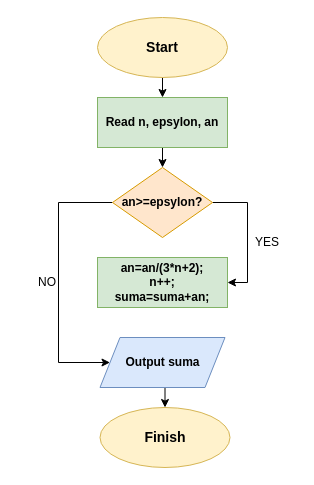
Earlier version of the draw.io diagram vnslab2.drawio (SofiaPasichko/sofiaa). Source tidied: cells renumbered, new cells numbered last; positions are measured from the earlier drawing's top-left corner, leaving out a move shared by most shapes. Both pictures are drawn from the tidied source at 100%, with x=0, y=0 at pixel (17, 17).
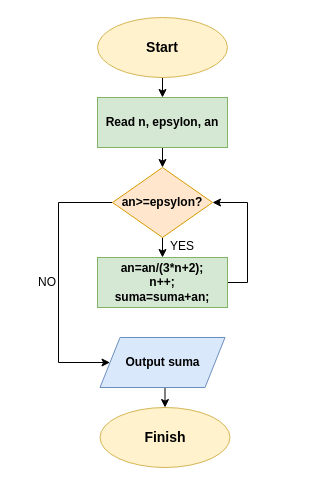
The same diagram, later.

Diff of the diagram source:
```diff
@@
 <mxGraphModel>
   <root>
     <mxCell id="0" />
     <mxCell id="1" parent="0" />
     <mxCell id="2" style="edgeStyle=orthogonalEdgeStyle;rounded=0;jettySize=auto;html=1;exitX=0.5;exitY=1;exitDx=0;exitDy=0;entryX=0.5;entryY=0;entryDx=0;entryDy=0;" parent="1" edge="1" source="3" target="5">
       <mxGeometry relative="1" as="geometry" />
     </mxCell>
     <mxCell id="3" value="&lt;b&gt;&lt;font style=&quot;font-size: 14px;&quot;&gt;Start&lt;/font&gt;&lt;/b&gt;" style="ellipse;whiteSpace=wrap;html=1;fillColor=#fff2cc;strokeColor=#d6b656;" parent="1" vertex="1">
       <mxGeometry x="80" width="130" height="60" as="geometry" />
     </mxCell>
     <mxCell id="4" style="edgeStyle=orthogonalEdgeStyle;rounded=0;jettySize=auto;html=1;exitX=0.5;exitY=1;exitDx=0;exitDy=0;entryX=0.5;entryY=0;entryDx=0;entryDy=0;" parent="1" edge="1" source="5" target="8">
       <mxGeometry relative="1" as="geometry" />
     </mxCell>
     <mxCell id="5" value="&lt;b&gt;Read n, epsylon, an&lt;/b&gt;" style="rounded=0;whiteSpace=wrap;html=1;fillColor=#d5e8d4;strokeColor=#82b366;" parent="1" vertex="1">
       <mxGeometry x="80" y="80" width="130" height="50" as="geometry" />
     </mxCell>
+    <mxCell id="7" style="edgeStyle=orthogonalEdgeStyle;rounded=0;jettySize=auto;html=1;exitX=0;exitY=0.5;exitDx=0;exitDy=0;entryX=0;entryY=0.5;entryDx=0;entryDy=0;" parent="1" edge="1" source="8" target="11">
+      <mxGeometry relative="1" as="geometry">
+        <Array as="points">
+          <mxPoint x="41" y="185" />
+          <mxPoint x="41" y="345" />
+        </Array>
+      </mxGeometry>
+    </mxCell>
-    <mxCell id="6" style="edgeStyle=orthogonalEdgeStyle;rounded=0;jettySize=auto;html=1;exitX=1;exitY=0.5;exitDx=0;exitDy=0;entryX=1;entryY=0.5;entryDx=0;entryDy=0;" parent="1" edge="1" source="8" target="9">
+    <mxCell id="6" style="edgeStyle=orthogonalEdgeStyle;rounded=0;jettySize=auto;html=1;exitX=0.5;exitY=1;exitDx=0;exitDy=0;entryX=0.5;entryY=0;entryDx=0;entryDy=0;" parent="1" edge="1" source="8" target="9">
       <mxGeometry relative="1" as="geometry" />
     </mxCell>
-    <mxCell id="7" style="edgeStyle=orthogonalEdgeStyle;rounded=0;jettySize=auto;html=1;exitX=0;exitY=0.5;exitDx=0;exitDy=0;entryX=0;entryY=0.5;entryDx=0;entryDy=0;" parent="1" edge="1" source="8" target="11">
-      <mxGeometry relative="1" as="geometry">
-        <Array as="points">
-          <mxPoint x="41" y="185" />
-          <mxPoint x="41" y="345" />
-        </Array>
-      </mxGeometry>
-    </mxCell>
     <mxCell id="8" value="&lt;b&gt;an&amp;gt;=epsylon?&lt;/b&gt;" style="rhombus;whiteSpace=wrap;html=1;fillColor=#ffe6cc;strokeColor=#d79b00;" parent="1" vertex="1">
       <mxGeometry x="95" y="150" width="100" height="70" as="geometry" />
     </mxCell>
+    <mxCell id="15" style="edgeStyle=orthogonalEdgeStyle;rounded=0;jettySize=auto;html=1;exitX=1;exitY=0.5;exitDx=0;exitDy=0;entryX=1;entryY=0.5;entryDx=0;entryDy=0;" parent="1" edge="1" source="9" target="8">
+      <mxGeometry relative="1" as="geometry" />
+    </mxCell>
     <mxCell id="9" value="&lt;b&gt;an=an/(3*n+2);&lt;br&gt;n++;&lt;br&gt;suma=suma+an;&lt;/b&gt;" style="rounded=0;whiteSpace=wrap;html=1;fillColor=#d5e8d4;strokeColor=#82b366;" parent="1" vertex="1">
       <mxGeometry x="80" y="240" width="130" height="50" as="geometry" />
     </mxCell>
     <mxCell id="10" style="edgeStyle=orthogonalEdgeStyle;rounded=0;jettySize=auto;html=1;exitX=0.5;exitY=1;exitDx=0;exitDy=0;entryX=0.5;entryY=0;entryDx=0;entryDy=0;" parent="1" edge="1" source="11" target="12">
       <mxGeometry relative="1" as="geometry" />
     </mxCell>
     <mxCell id="11" value="&lt;b&gt;Output suma&lt;/b&gt;" style="shape=parallelogram;perimeter=parallelogramPerimeter;whiteSpace=wrap;html=1;fixedSize=1;fillColor=#dae8fc;strokeColor=#6c8ebf;" parent="1" vertex="1">
       <mxGeometry x="82.5" y="320" width="125" height="50" as="geometry" />
     </mxCell>
     <mxCell id="12" value="&lt;b&gt;&lt;font style=&quot;font-size: 14px;&quot;&gt;Finish&lt;/font&gt;&lt;/b&gt;" style="ellipse;whiteSpace=wrap;html=1;fillColor=#fff2cc;strokeColor=#d6b656;" parent="1" vertex="1">
       <mxGeometry x="82.5" y="390" width="130" height="60" as="geometry" />
     </mxCell>
     <mxCell id="13" value="YES" style="text;html=1;strokeColor=none;fillColor=none;align=center;verticalAlign=middle;whiteSpace=wrap;rounded=0;" parent="1" vertex="1">
-      <mxGeometry x="220" y="210" width="60" height="30" as="geometry" />
+      <mxGeometry x="135" y="214" width="60" height="30" as="geometry" />
     </mxCell>
     <mxCell id="14" value="NO" style="text;html=1;strokeColor=none;fillColor=none;align=center;verticalAlign=middle;whiteSpace=wrap;rounded=0;" parent="1" vertex="1">
       <mxGeometry y="250" width="60" height="30" as="geometry" />
     </mxCell>
   </root>
 </mxGraphModel>
```
